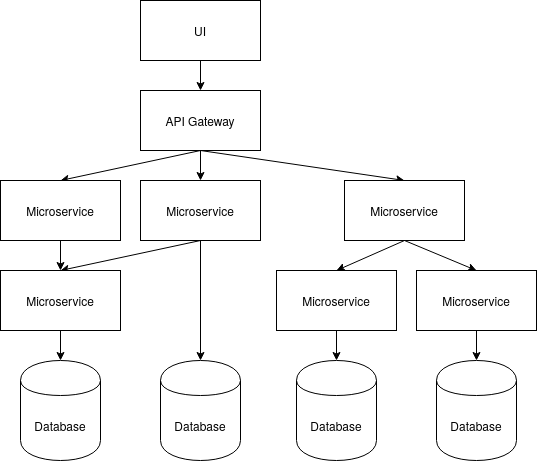
Earlier version of the draw.io export TIK_kand_latex-pohja_kandityolle_ja_tutkimussuunnitelmalle/MSA_API_GATEWAY.png (elohopea/security-in-microservices). Source tidied: cells renumbered, new cells last; positions are measured from the earlier drawing's top-left corner, leaving out a move shared by most shapes.
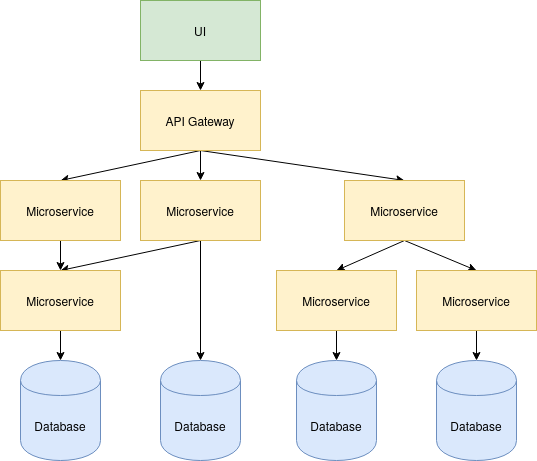
Later version of the same file.

Diff of the diagram source:
```diff
@@ -11,13 +11,13 @@
     <mxCell id="4" style="rounded=0;jettySize=auto;html=1;exitX=0.5;exitY=1;exitDx=0;exitDy=0;entryX=0.5;entryY=0;entryDx=0;entryDy=0;" parent="1" edge="1" source="5" target="13">
       <mxGeometry relative="1" as="geometry" />
     </mxCell>
-    <mxCell id="5" value="API Gateway" style="rounded=0;whiteSpace=wrap;html=1;" parent="1" vertex="1">
+    <mxCell id="5" value="API Gateway" style="rounded=0;whiteSpace=wrap;html=1;fillColor=#fff2cc;strokeColor=#d6b656;" parent="1" vertex="1">
       <mxGeometry x="140" y="90" width="120" height="60" as="geometry" />
     </mxCell>
     <mxCell id="6" style="edgeStyle=none;rounded=0;jettySize=auto;html=1;exitX=0.5;exitY=1;exitDx=0;exitDy=0;entryX=0.5;entryY=0;entryDx=0;entryDy=0;" parent="1" edge="1" source="7" target="19">
       <mxGeometry relative="1" as="geometry" />
     </mxCell>
-    <mxCell id="7" value="Microservice" style="rounded=0;whiteSpace=wrap;html=1;" parent="1" vertex="1">
+    <mxCell id="7" value="Microservice" style="rounded=0;whiteSpace=wrap;html=1;fillColor=#fff2cc;strokeColor=#d6b656;" parent="1" vertex="1">
       <mxGeometry y="180" width="120" height="60" as="geometry" />
     </mxCell>
     <mxCell id="8" style="edgeStyle=none;rounded=0;jettySize=auto;html=1;exitX=0.5;exitY=1;exitDx=0;exitDy=0;entryX=0.5;entryY=0;entryDx=0;entryDy=0;" parent="1" edge="1" source="10" target="19">
@@ -26,7 +26,7 @@
     <mxCell id="9" style="edgeStyle=none;rounded=0;jettySize=auto;html=1;exitX=0.5;exitY=1;exitDx=0;exitDy=0;entryX=0.5;entryY=0;entryDx=0;entryDy=0;" parent="1" edge="1" source="10" target="21">
       <mxGeometry relative="1" as="geometry" />
     </mxCell>
-    <mxCell id="10" value="Microservice" style="rounded=0;whiteSpace=wrap;html=1;" parent="1" vertex="1">
+    <mxCell id="10" value="Microservice" style="rounded=0;whiteSpace=wrap;html=1;fillColor=#fff2cc;strokeColor=#d6b656;" parent="1" vertex="1">
       <mxGeometry x="140" y="180" width="120" height="60" as="geometry" />
     </mxCell>
     <mxCell id="11" style="edgeStyle=none;rounded=0;jettySize=auto;html=1;exitX=0.5;exitY=1;exitDx=0;exitDy=0;entryX=0.5;entryY=0;entryDx=0;entryDy=0;" parent="1" edge="1" source="13" target="17">
@@ -35,43 +35,43 @@
     <mxCell id="12" style="edgeStyle=none;rounded=0;jettySize=auto;html=1;exitX=0.5;exitY=1;exitDx=0;exitDy=0;entryX=0.5;entryY=0;entryDx=0;entryDy=0;" parent="1" edge="1" source="13" target="15">
       <mxGeometry relative="1" as="geometry" />
     </mxCell>
-    <mxCell id="13" value="Microservice" style="rounded=0;whiteSpace=wrap;html=1;" parent="1" vertex="1">
+    <mxCell id="13" value="Microservice" style="rounded=0;whiteSpace=wrap;html=1;fillColor=#fff2cc;strokeColor=#d6b656;" parent="1" vertex="1">
       <mxGeometry x="344" y="180" width="120" height="60" as="geometry" />
     </mxCell>
     <mxCell id="14" style="edgeStyle=none;rounded=0;jettySize=auto;html=1;exitX=0.5;exitY=1;exitDx=0;exitDy=0;entryX=0.5;entryY=0;entryDx=0;entryDy=0;" parent="1" edge="1" source="15" target="23">
       <mxGeometry relative="1" as="geometry" />
     </mxCell>
-    <mxCell id="15" value="Microservice" style="rounded=0;whiteSpace=wrap;html=1;" parent="1" vertex="1">
+    <mxCell id="15" value="Microservice" style="rounded=0;whiteSpace=wrap;html=1;fillColor=#fff2cc;strokeColor=#d6b656;" parent="1" vertex="1">
       <mxGeometry x="416" y="270" width="120" height="60" as="geometry" />
     </mxCell>
     <mxCell id="16" style="edgeStyle=none;rounded=0;jettySize=auto;html=1;exitX=0.5;exitY=1;exitDx=0;exitDy=0;entryX=0.5;entryY=0;entryDx=0;entryDy=0;" parent="1" edge="1" source="17" target="22">
       <mxGeometry relative="1" as="geometry" />
     </mxCell>
-    <mxCell id="17" value="Microservice" style="rounded=0;whiteSpace=wrap;html=1;" parent="1" vertex="1">
+    <mxCell id="17" value="Microservice" style="rounded=0;whiteSpace=wrap;html=1;fillColor=#fff2cc;strokeColor=#d6b656;" parent="1" vertex="1">
       <mxGeometry x="276" y="270" width="120" height="60" as="geometry" />
     </mxCell>
     <mxCell id="18" style="edgeStyle=none;rounded=0;jettySize=auto;html=1;exitX=0.5;exitY=1;exitDx=0;exitDy=0;" parent="1" edge="1" source="19" target="20">
       <mxGeometry relative="1" as="geometry" />
     </mxCell>
-    <mxCell id="19" value="Microservice" style="rounded=0;whiteSpace=wrap;html=1;" parent="1" vertex="1">
+    <mxCell id="19" value="Microservice" style="rounded=0;whiteSpace=wrap;html=1;fillColor=#fff2cc;strokeColor=#d6b656;" parent="1" vertex="1">
       <mxGeometry y="270" width="120" height="60" as="geometry" />
     </mxCell>
-    <mxCell id="20" value="Database" style="shape=cylinder;whiteSpace=wrap;html=1;boundedLbl=1;backgroundOutline=1;" parent="1" vertex="1">
+    <mxCell id="20" value="Database" style="shape=cylinder;whiteSpace=wrap;html=1;boundedLbl=1;backgroundOutline=1;fillColor=#dae8fc;strokeColor=#6c8ebf;" parent="1" vertex="1">
       <mxGeometry x="20" y="360" width="80" height="100" as="geometry" />
     </mxCell>
-    <mxCell id="21" value="Database" style="shape=cylinder;whiteSpace=wrap;html=1;boundedLbl=1;backgroundOutline=1;" parent="1" vertex="1">
+    <mxCell id="21" value="Database" style="shape=cylinder;whiteSpace=wrap;html=1;boundedLbl=1;backgroundOutline=1;fillColor=#dae8fc;strokeColor=#6c8ebf;" parent="1" vertex="1">
       <mxGeometry x="160" y="360" width="80" height="100" as="geometry" />
     </mxCell>
-    <mxCell id="22" value="Database" style="shape=cylinder;whiteSpace=wrap;html=1;boundedLbl=1;backgroundOutline=1;" parent="1" vertex="1">
+    <mxCell id="22" value="Database" style="shape=cylinder;whiteSpace=wrap;html=1;boundedLbl=1;backgroundOutline=1;fillColor=#dae8fc;strokeColor=#6c8ebf;" parent="1" vertex="1">
       <mxGeometry x="296" y="360" width="80" height="100" as="geometry" />
     </mxCell>
-    <mxCell id="23" value="Database" style="shape=cylinder;whiteSpace=wrap;html=1;boundedLbl=1;backgroundOutline=1;" parent="1" vertex="1">
+    <mxCell id="23" value="Database" style="shape=cylinder;whiteSpace=wrap;html=1;boundedLbl=1;backgroundOutline=1;fillColor=#dae8fc;strokeColor=#6c8ebf;" parent="1" vertex="1">
       <mxGeometry x="436" y="360" width="80" height="100" as="geometry" />
     </mxCell>
     <mxCell id="24" style="edgeStyle=none;rounded=0;jettySize=auto;html=1;exitX=0.5;exitY=1;exitDx=0;exitDy=0;entryX=0.5;entryY=0;entryDx=0;entryDy=0;" parent="1" edge="1" source="25" target="5">
       <mxGeometry relative="1" as="geometry" />
     </mxCell>
-    <mxCell id="25" value="UI" style="rounded=0;whiteSpace=wrap;html=1;" parent="1" vertex="1">
+    <mxCell id="25" value="UI" style="rounded=0;whiteSpace=wrap;html=1;fillColor=#d5e8d4;strokeColor=#82b366;" parent="1" vertex="1">
       <mxGeometry x="140" width="120" height="60" as="geometry" />
     </mxCell>
   </root>
```
